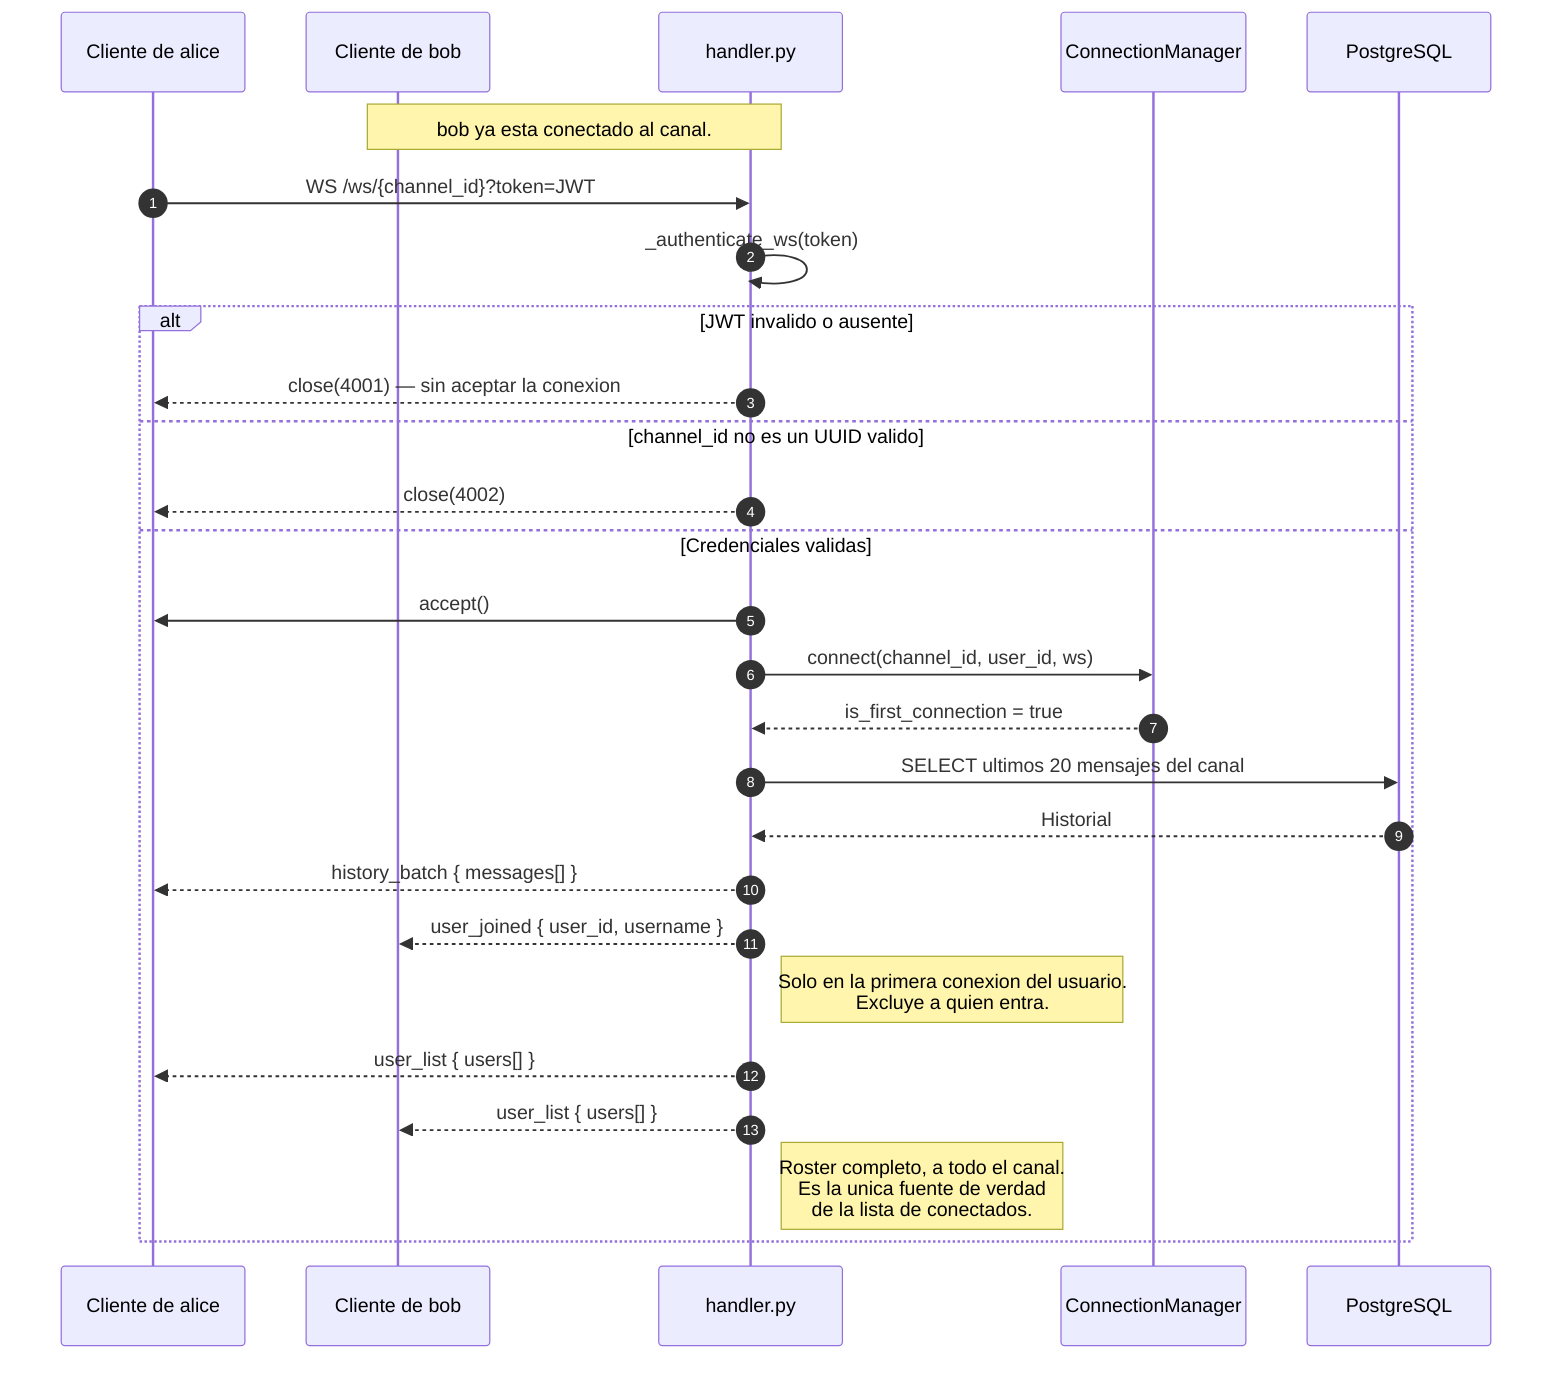
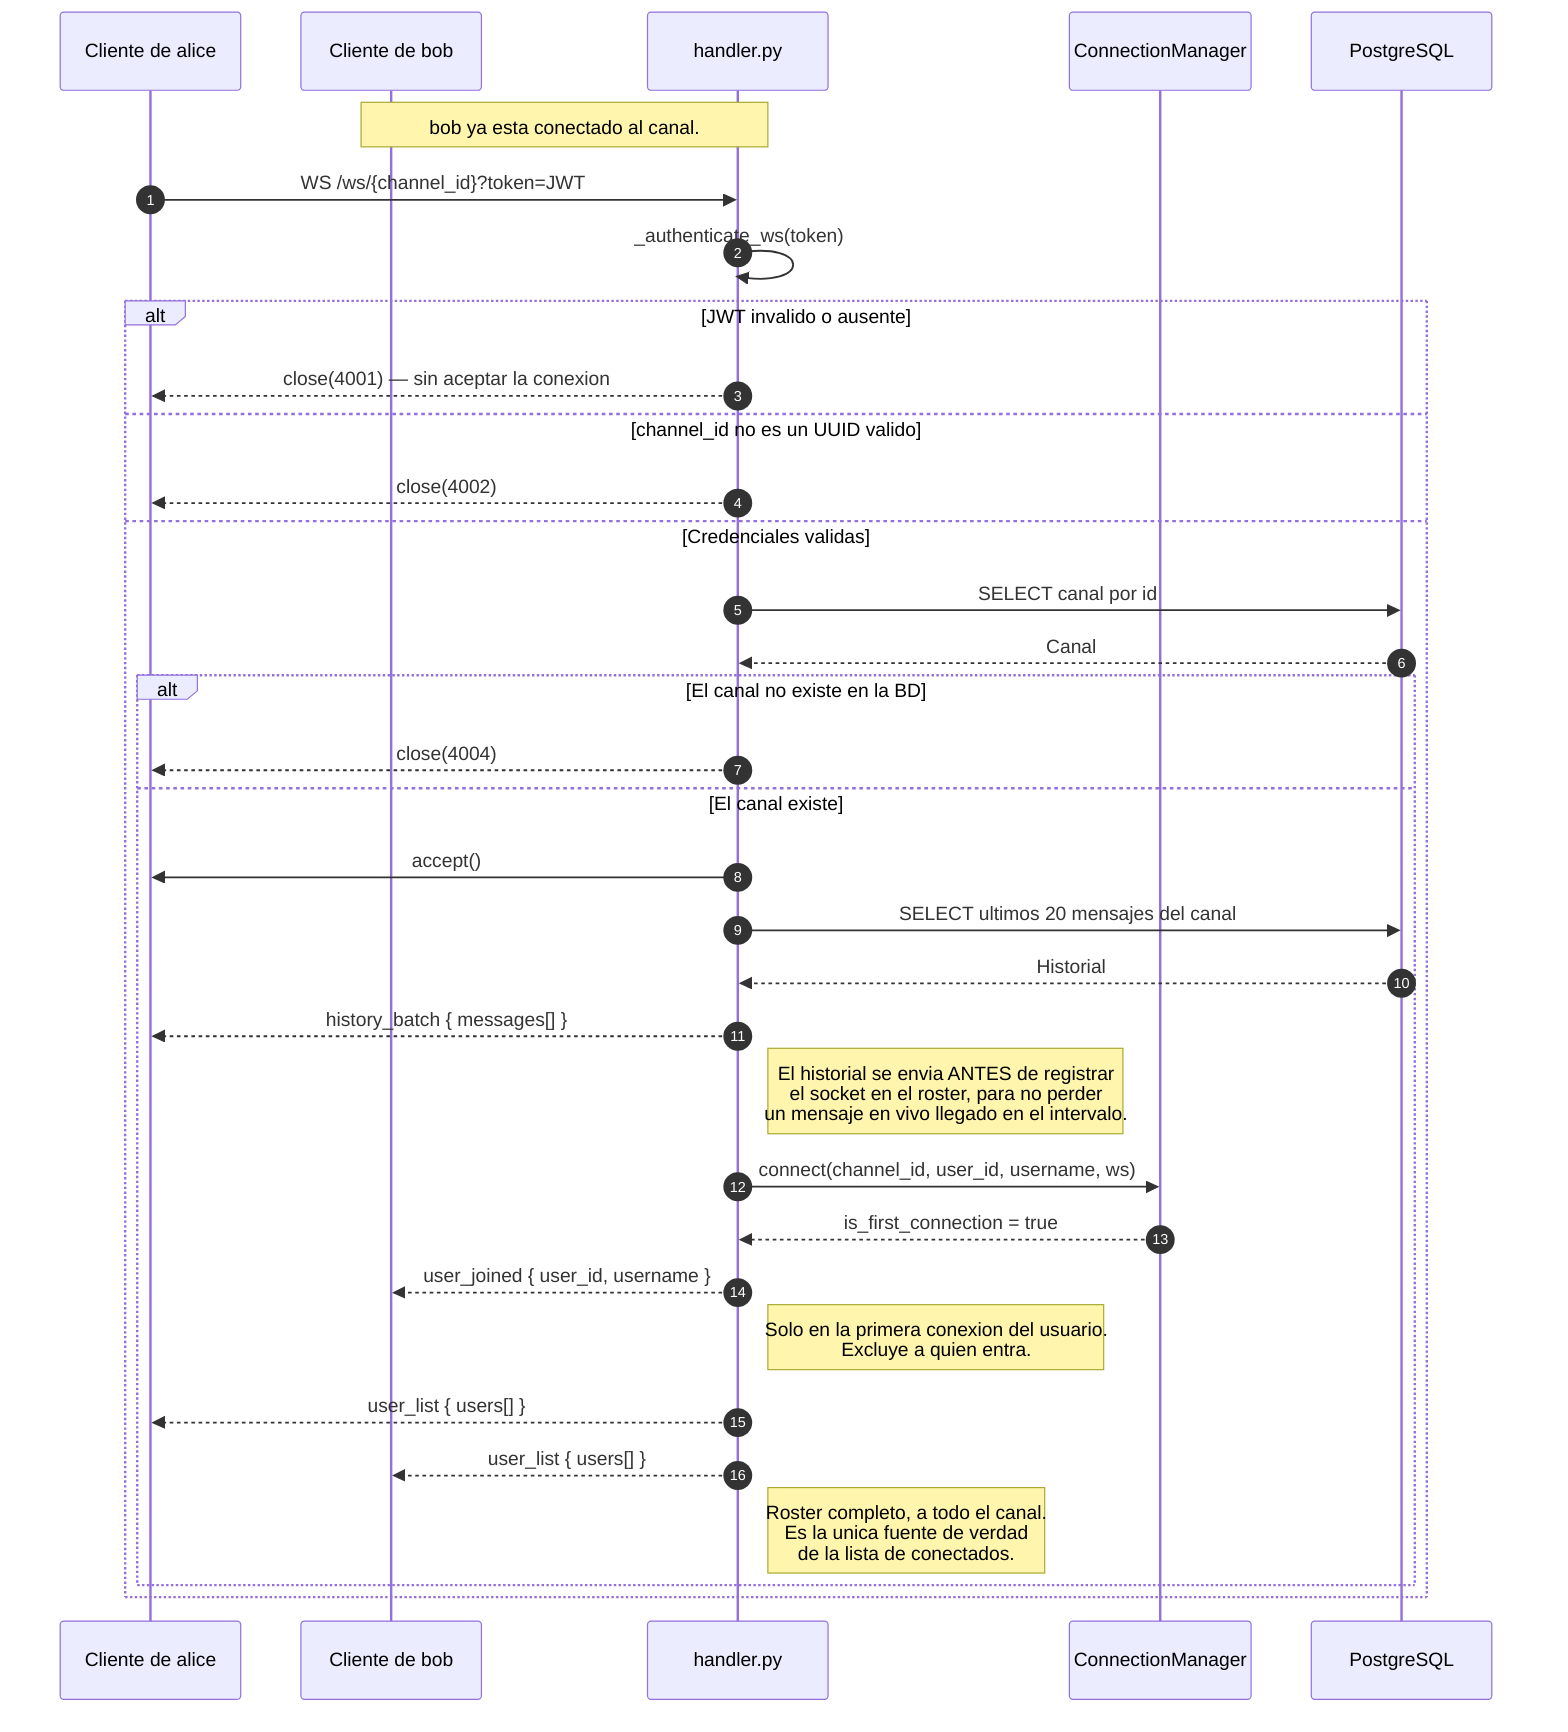
sequenceDiagram
    autonumber
    participant A as Cliente de alice
    participant B as Cliente de bob
    participant H as handler.py
    participant M as ConnectionManager
    participant DB as PostgreSQL

    Note over B,H: bob ya esta conectado al canal.

    A->>H: WS /ws/{channel_id}?token=JWT
    H->>H: _authenticate_ws(token)

    alt JWT invalido o ausente
        H-->>A: close(4001) — sin aceptar la conexion
    else channel_id no es un UUID valido
        H-->>A: close(4002)
    else Credenciales validas
-         H->>A: accept()
-         H->>M: connect(channel_id, user_id, ws)
-         M-->>H: is_first_connection = true
+         H->>DB: SELECT canal por id
+         DB-->>H: Canal

-         H->>DB: SELECT ultimos 20 mensajes del canal
-         DB-->>H: Historial
-         H-->>A: history_batch { messages[] }
+         alt El canal no existe en la BD
+             H-->>A: close(4004)
+         else El canal existe
+             H->>A: accept()

-         H-->>B: user_joined { user_id, username }
-         Note right of H: Solo en la primera conexion del usuario.<br/>Excluye a quien entra.
+             H->>DB: SELECT ultimos 20 mensajes del canal
+             DB-->>H: Historial
+             H-->>A: history_batch { messages[] }
+             Note right of H: El historial se envia ANTES de registrar<br/>el socket en el roster, para no perder<br/>un mensaje en vivo llegado en el intervalo.

-         H-->>A: user_list { users[] }
-         H-->>B: user_list { users[] }
-         Note right of H: Roster completo, a todo el canal.<br/>Es la unica fuente de verdad<br/>de la lista de conectados.
+             H->>M: connect(channel_id, user_id, username, ws)
+             M-->>H: is_first_connection = true
+ 
+             H-->>B: user_joined { user_id, username }
+             Note right of H: Solo en la primera conexion del usuario.<br/>Excluye a quien entra.
+ 
+             H-->>A: user_list { users[] }
+             H-->>B: user_list { users[] }
+             Note right of H: Roster completo, a todo el canal.<br/>Es la unica fuente de verdad<br/>de la lista de conectados.
+         end
    end
